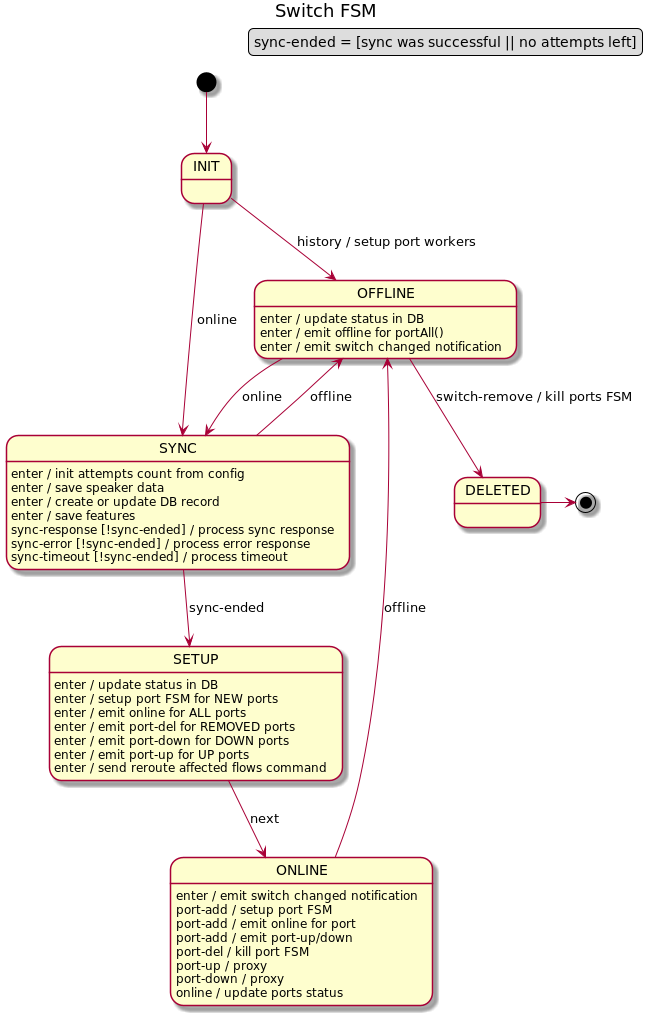
Before: docs/design/network-discovery/switch-FSM.png, a diagram exported from PlantUML (telstra/open-kilda).
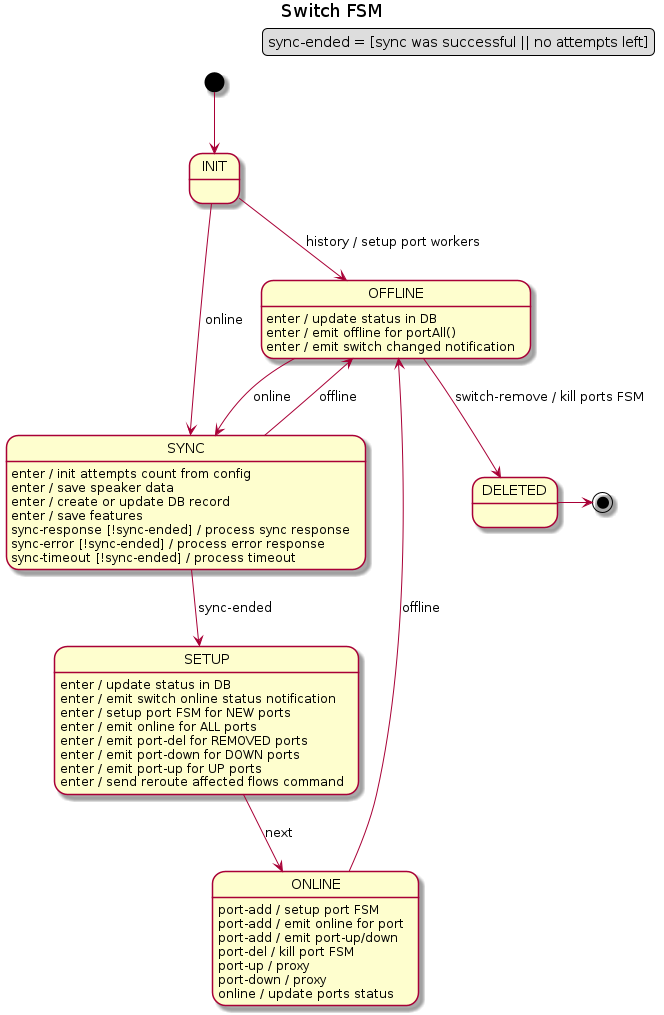
Later version of the same file.

Diff of the diagram source:
```diff
@@ -21,6 +21,7 @@
 SYNC --> OFFLINE : offline
 
 SETUP : enter / update status in DB
+SETUP : enter / emit switch online status notification
 SETUP : enter / setup port FSM for NEW ports
 SETUP : enter / emit online for ALL ports
 SETUP : enter / emit port-del for REMOVED ports
@@ -29,7 +30,6 @@
 SETUP : enter / send reroute affected flows command
 SETUP --> ONLINE : next
 
-ONLINE : enter / emit switch changed notification
 ONLINE : port-add / setup port FSM
 ONLINE : port-add / emit online for port
 ONLINE : port-add / emit port-up/down
```
